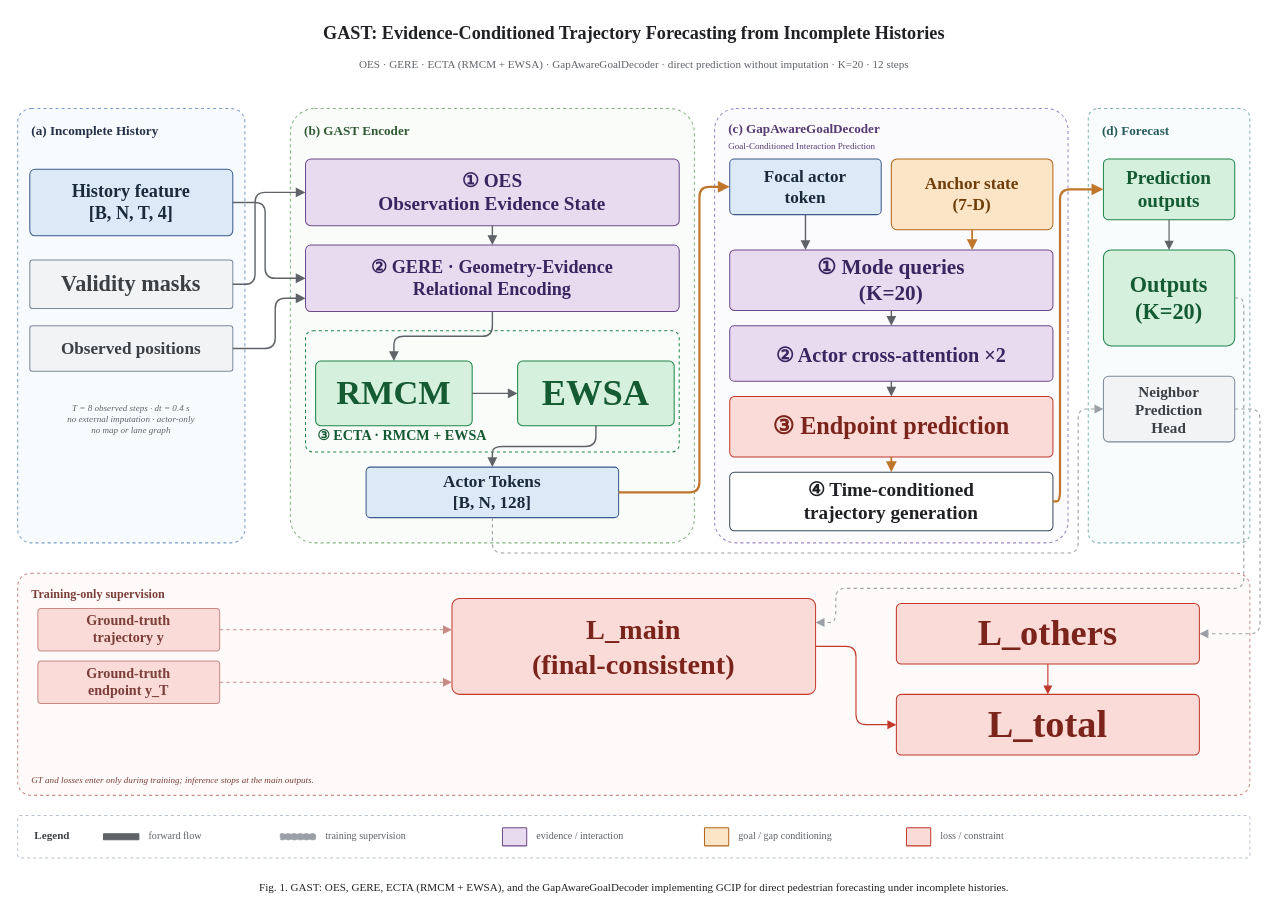
Earlier version of the draw.io diagram docs/figures/GAST-Goal-framework.drawio (oAyanameio/GAST-PF). Source tidied: cells renumbered, new cells numbered last; positions are measured from the earlier drawing's top-left corner, leaving out a move shared by most shapes. Both pictures are drawn from the tidied source at 101%, with x=0, y=0 at pixel (17, 17).
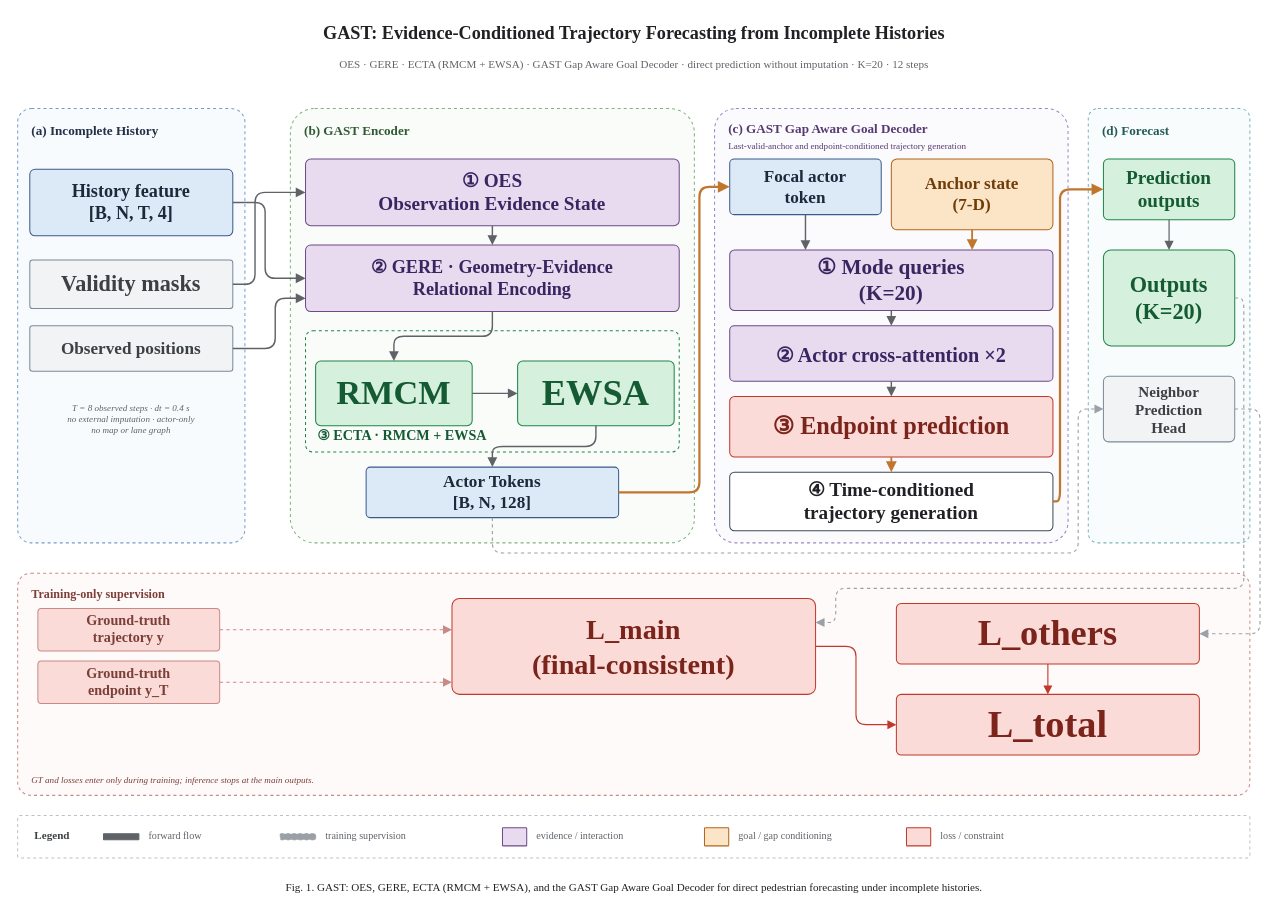
The same diagram, later.

Commit message (it also covers changes not shown here):
docs(gast): 统一解码器命名为 GAST Gap Aware Goal Decoder

Diff of the diagram source:
```diff
@@
-    <mxCell id="8" value="OES · GERE · ECTA (RMCM + EWSA) · GapAwareGoalDecoder · direct prediction without imputation · K=20 · 12 steps" style="text;html=1;fontSize=11;align=center;verticalAlign=middle;fontColor=#5F6368;fontFamily=Times New Roman;" parent="1" vertex="1">
+    <mxCell id="8" value="OES · GERE · ECTA (RMCM + EWSA) · GAST Gap Aware Goal Decoder · direct prediction without imputation · K=20 · 12 steps" style="text;html=1;fontSize=11;align=center;verticalAlign=middle;fontColor=#5F6368;fontFamily=Times New Roman;" parent="1" vertex="1">
       <mxGeometry y="35" width="1220" height="22" as="geometry" />
     </mxCell>
@@
-    <mxCell id="11" value="&lt;b&gt;(c) GapAwareGoalDecoder&lt;/b&gt;&lt;br&gt;&lt;font style=&quot;font-size:9px&quot;&gt;Goal-Conditioned Interaction Prediction&lt;/font&gt;" style="text;html=1;fontSize=13;fontStyle=0;align=left;verticalAlign=middle;fontColor=#563A72;fontFamily=Times New Roman;" parent="1" vertex="1">
+    <mxCell id="11" value="&lt;b&gt;(c) GAST Gap Aware Goal Decoder&lt;/b&gt;&lt;br&gt;&lt;font style=&quot;font-size:9px&quot;&gt;Last-valid-anchor and endpoint-conditioned trajectory generation&lt;/font&gt;" style="text;html=1;fontSize=13;fontStyle=0;align=left;verticalAlign=middle;fontColor=#563A72;fontFamily=Times New Roman;" parent="1" vertex="1">
       <mxGeometry x="702" y="100" width="326" height="36" as="geometry" />
     </mxCell>
@@
-    <mxCell id="51" value="Fig. 1. GAST: OES, GERE, ECTA (RMCM + EWSA), and the GapAwareGoalDecoder implementing GCIP for direct pedestrian forecasting under incomplete histories." style="text;html=1;fontSize=11;align=center;verticalAlign=middle;fontColor=#202124;fontFamily=Times New Roman;" parent="1" vertex="1">
+    <mxCell id="51" value="Fig. 1. GAST: OES, GERE, ECTA (RMCM + EWSA), and the GAST Gap Aware Goal Decoder for direct pedestrian forecasting under incomplete histories." style="text;html=1;fontSize=11;align=center;verticalAlign=middle;fontColor=#202124;fontFamily=Times New Roman;" parent="1" vertex="1">
       <mxGeometry y="850" width="1220" height="22" as="geometry" />
     </mxCell>
```
